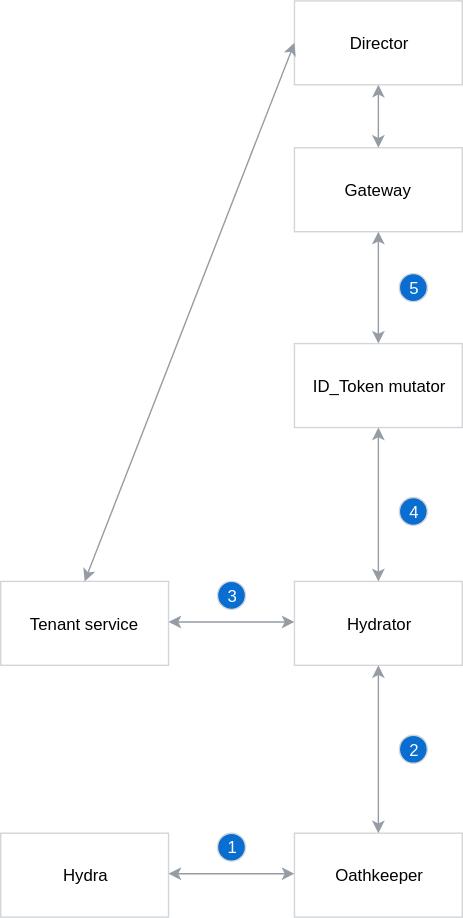
This is docs/architecture/assets/oauth2-diagram.svg from kyma-incubator/compass, a draw.io export, as it was before one commit. Source tidied: cells renumbered, new cells last; positions are measured from the earlier drawing's top-left corner, leaving out a move shared by most shapes.
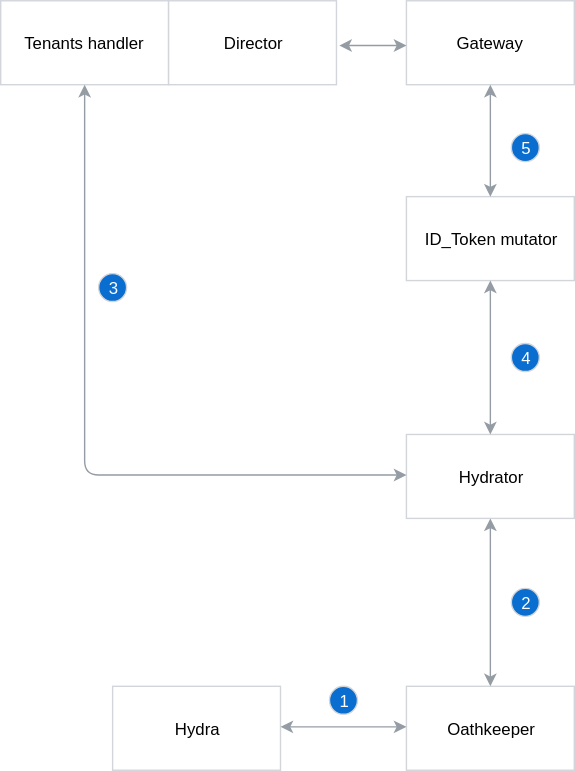
Later version of the same file.

Commit message:
Update docs/architecture/assets/oauth2-diagram.svg

What changed in the source:
```diff
@@ -11,8 +11,8 @@
     <mxCell id="4" value="ID_Token mutator&lt;br&gt;" style="rounded=0;whiteSpace=wrap;html=1;fillColor=#FFFFFF;strokeColor=#D2D5D9;" parent="1" vertex="1">
       <mxGeometry x="210" y="245" width="120" height="60" as="geometry" />
     </mxCell>
-    <mxCell id="5" value="Tenant service" style="rounded=0;whiteSpace=wrap;html=1;fillColor=#FFFFFF;strokeColor=#D2D5D9;" parent="1" vertex="1">
-      <mxGeometry y="415" width="120" height="60" as="geometry" />
+    <mxCell id="5" value="Tenants handler" style="rounded=0;whiteSpace=wrap;html=1;fillColor=#FFFFFF;strokeColor=#D2D5D9;" parent="1" vertex="1">
+      <mxGeometry x="-80" y="105" width="120" height="60" as="geometry" />
     </mxCell>
     <mxCell id="6" value="Oathkeeper" style="rounded=0;whiteSpace=wrap;html=1;strokeColor=#D2D5D9;" parent="1" vertex="1">
       <mxGeometry x="210" y="595" width="120" height="60" as="geometry" />
@@ -20,10 +20,12 @@
     <mxCell id="7" value="Hydra&lt;br&gt;" style="rounded=0;whiteSpace=wrap;html=1;strokeColor=#D2D5D9;" parent="1" vertex="1">
       <mxGeometry y="595" width="120" height="60" as="geometry" />
     </mxCell>
-    <mxCell id="8" style="endArrow=classic;startArrow=classic;html=1;entryX=0;entryY=0.5;entryDx=0;entryDy=0;exitX=1;exitY=0.5;exitDx=0;exitDy=0;strokeColor=#959CA4;" parent="1" edge="1">
+    <mxCell id="8" style="endArrow=classic;startArrow=classic;html=1;entryX=0;entryY=0.5;entryDx=0;entryDy=0;strokeColor=#959CA4;exitX=0.5;exitY=1;exitDx=0;exitDy=0;" parent="1" edge="1" source="5">
       <mxGeometry relative="1" as="geometry">
-        <mxPoint x="120" y="444" as="sourcePoint" />
         <mxPoint x="210" y="444" as="targetPoint" />
+        <Array as="points">
+          <mxPoint x="-20" y="444" />
+        </Array>
       </mxGeometry>
     </mxCell>
     <mxCell id="9" style="endArrow=classic;startArrow=classic;html=1;entryX=0;entryY=0.5;entryDx=0;entryDy=0;exitX=1;exitY=0.5;exitDx=0;exitDy=0;strokeColor=#959CA4;" parent="1" edge="1">
@@ -36,13 +38,10 @@
       <mxGeometry x="285" y="525" width="20" height="20" as="geometry" />
     </mxCell>
     <mxCell id="11" value="&lt;font color=&quot;#ffffff&quot;&gt;3&lt;br&gt;&lt;/font&gt;" style="ellipse;whiteSpace=wrap;html=1;strokeColor=#D2D5D9;fillColor=#0A6ED1;" parent="1" vertex="1">
-      <mxGeometry x="155" y="415" width="20" height="20" as="geometry" />
+      <mxGeometry x="-10" y="300" width="20" height="20" as="geometry" />
     </mxCell>
-    <mxCell id="12" value="&lt;font color=&quot;#ffffff&quot;&gt;4&lt;br&gt;&lt;/font&gt;" style="ellipse;whiteSpace=wrap;html=1;strokeColor=#D2D5D9;fillColor=#0A6ED1;" parent="1" vertex="1">
-      <mxGeometry x="285" y="355" width="20" height="20" as="geometry" />
-    </mxCell>
-    <mxCell id="13" value="&lt;font color=&quot;#ffffff&quot;&gt;5&lt;br&gt;&lt;/font&gt;" style="ellipse;whiteSpace=wrap;html=1;strokeColor=#D2D5D9;fillColor=#0A6ED1;" parent="1" vertex="1">
-      <mxGeometry x="285" y="195" width="20" height="20" as="geometry" />
+    <mxCell id="13" value="&lt;font color=&quot;#ffffff&quot;&gt;4&lt;br&gt;&lt;/font&gt;" style="ellipse;whiteSpace=wrap;html=1;strokeColor=#D2D5D9;fillColor=#0A6ED1;" parent="1" vertex="1">
+      <mxGeometry x="285" y="350" width="20" height="20" as="geometry" />
     </mxCell>
     <mxCell id="14" style="endArrow=classic;startArrow=classic;html=1;entryX=0.5;entryY=1;entryDx=0;entryDy=0;exitX=0.5;exitY=0;exitDx=0;exitDy=0;strokeColor=#959CA4;" parent="1" edge="1" source="6" target="3">
       <mxGeometry relative="1" as="geometry" />
@@ -59,13 +58,16 @@
       <mxGeometry x="155" y="595" width="20" height="20" as="geometry" />
     </mxCell>
     <mxCell id="18" value="Director" style="rounded=0;whiteSpace=wrap;html=1;strokeColor=#D2D5D9;" parent="1" vertex="1">
-      <mxGeometry x="210" width="120" height="60" as="geometry" />
+      <mxGeometry x="40" y="105" width="120" height="60" as="geometry" />
     </mxCell>
-    <mxCell id="19" style="endArrow=classic;startArrow=classic;html=1;strokeColor=#959CA4;exitX=0.5;exitY=0;exitDx=0;exitDy=0;entryX=0.5;entryY=1;entryDx=0;entryDy=0;" parent="1" edge="1" source="2" target="18">
-      <mxGeometry relative="1" as="geometry" />
+    <mxCell id="19" style="endArrow=classic;startArrow=classic;html=1;strokeColor=#959CA4;" parent="1" edge="1">
+      <mxGeometry relative="1" as="geometry">
+        <mxPoint x="210" y="137" as="sourcePoint" />
+        <mxPoint x="162" y="137" as="targetPoint" />
+      </mxGeometry>
     </mxCell>
-    <mxCell id="20" style="endArrow=classic;startArrow=classic;html=1;exitX=0.5;exitY=0;exitDx=0;exitDy=0;strokeColor=#959CA4;entryX=0;entryY=0.5;entryDx=0;entryDy=0;" parent="1" edge="1" source="5" target="18">
-      <mxGeometry relative="1" as="geometry" />
-    </mxCell>
+    <mxCell id="21" value="&lt;font color=&quot;#ffffff&quot;&gt;5&lt;br&gt;&lt;/font&gt;" style="ellipse;whiteSpace=wrap;html=1;strokeColor=#D2D5D9;fillColor=#0A6ED1;" parent="1" vertex="1">
+      <mxGeometry x="285" y="200" width="20" height="20" as="geometry" />
+    </mxCell>
   </root>
 </mxGraphModel>
```
